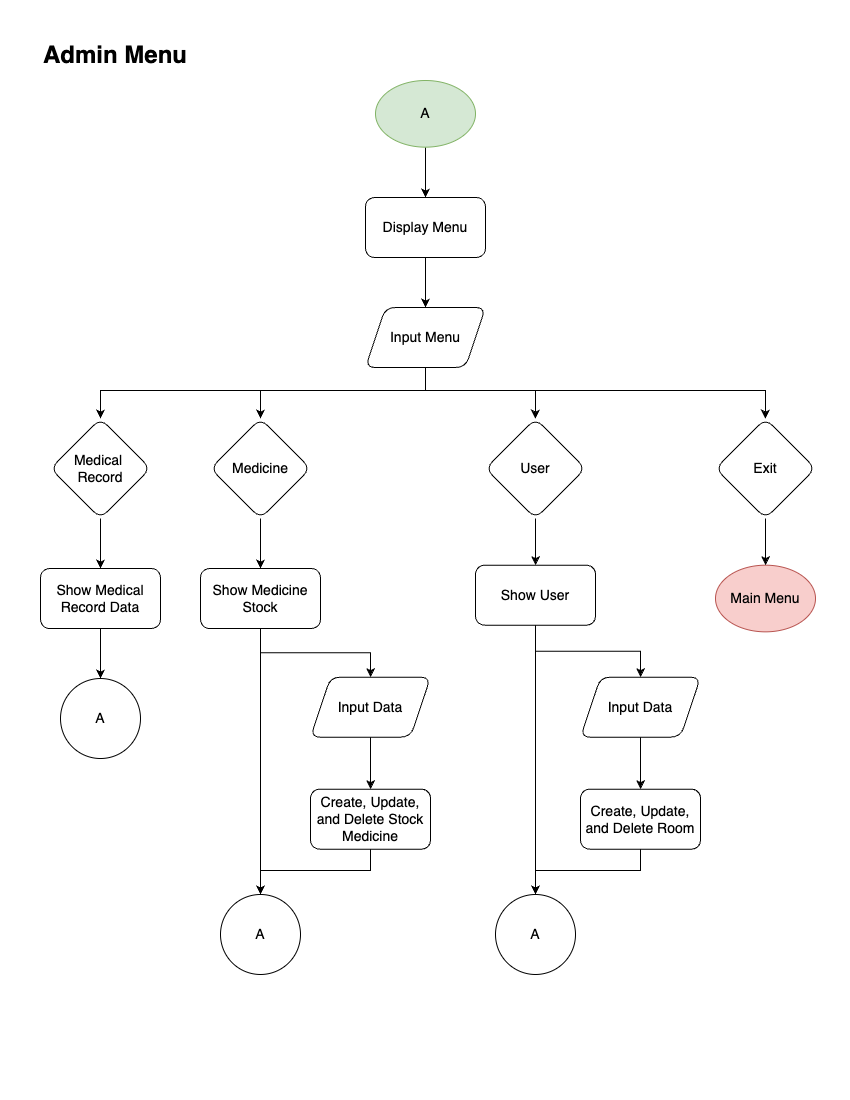
The draw.io diagram Flowchart/Admin Menu.png in BrillianAK/Capstone-Project-1, before a commit. Source tidied: cells renumbered, new cells last; positions are measured from the earlier drawing's top-left corner, leaving out a move shared by most shapes.
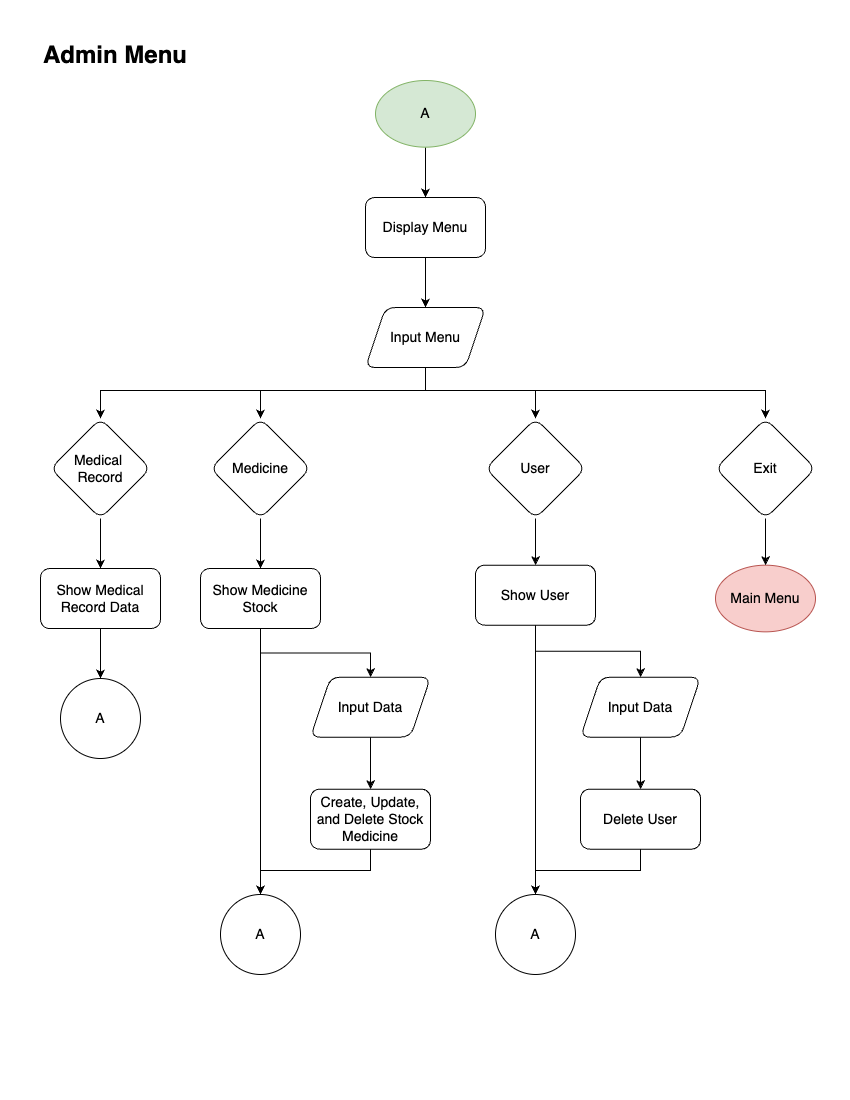
The same file after the commit.

Change to the diagram source:
```diff
@@ -106,7 +106,7 @@
         </Array>
       </mxGeometry>
     </mxCell>
-    <mxCell id="26" value="Create, Update, and Delete Room" style="rounded=1;whiteSpace=wrap;html=1;fontSize=14;" parent="1" vertex="1">
+    <mxCell id="26" value="Delete User" style="rounded=1;whiteSpace=wrap;html=1;fontSize=14;" parent="1" vertex="1">
       <mxGeometry x="540" y="748.7" width="120" height="60" as="geometry" />
     </mxCell>
     <mxCell id="27" value="A" style="ellipse;whiteSpace=wrap;html=1;fontSize=14;" parent="1" vertex="1">
```
